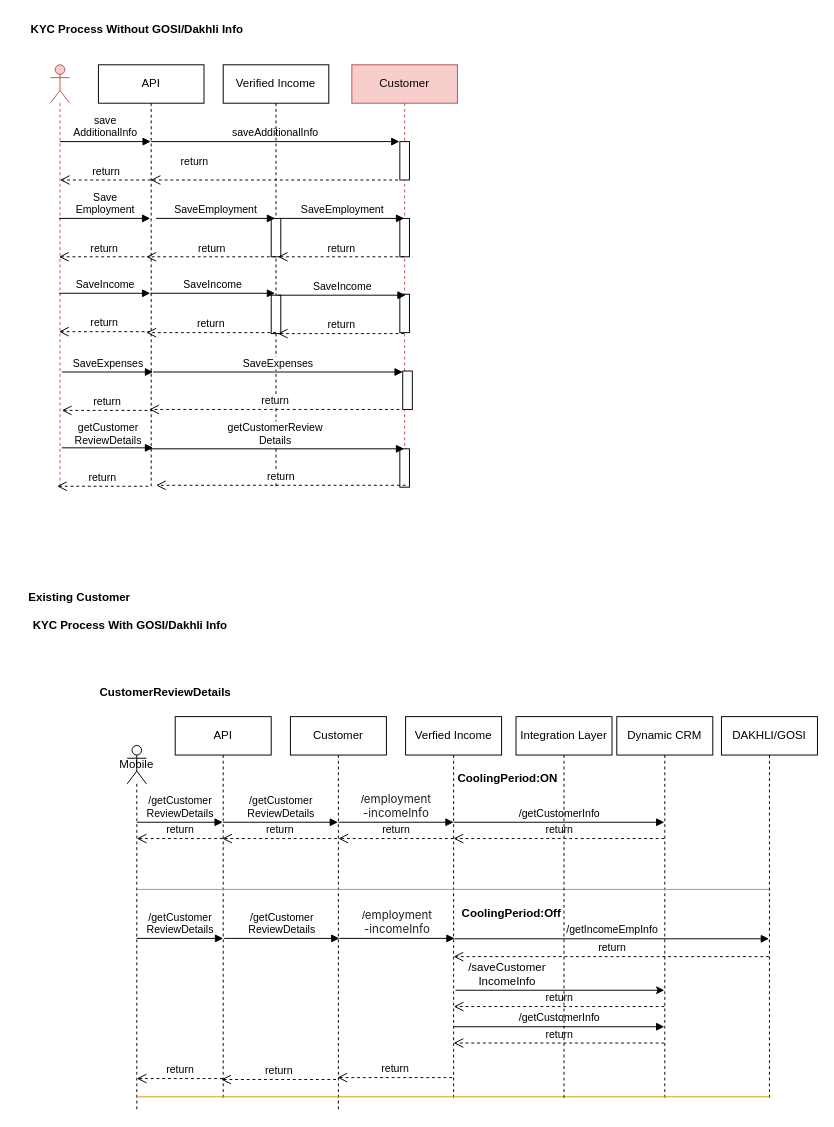
Before: page "KYC-Info with Customer as Master DB" (7 of 12) of Migration-CRM.drawio in MHosnii/Migration, a draw.io diagram. Source tidied: cells renumbered, new cells numbered last; positions are measured from the earlier drawing's top-left corner, leaving out a move shared by most shapes. Both pictures are drawn from the tidied source at 96%, with x=0, y=0 at pixel (16, 16).
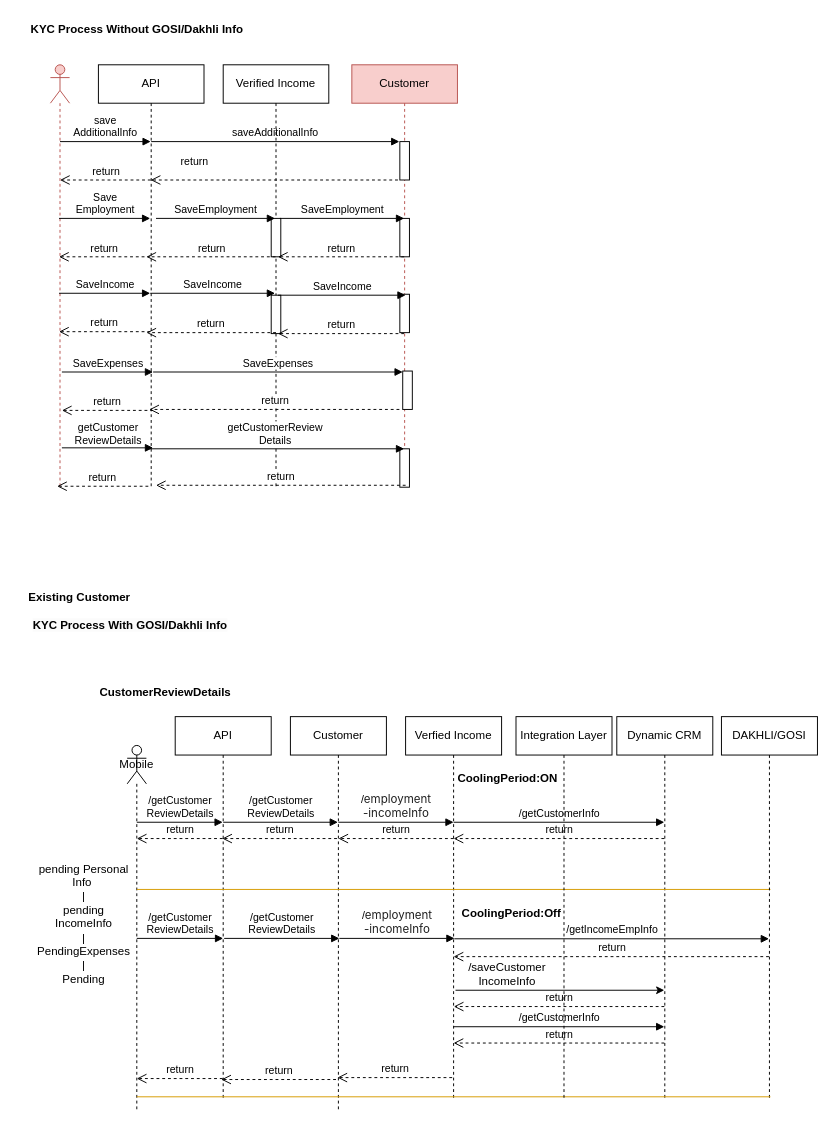
After the change.

The edit, as a diff of the source:
```diff
@@
+    <mxCell id="74" value="pending Personal Info&amp;nbsp;&lt;div&gt;|&lt;/div&gt;&lt;div&gt;pending IncomeInfo&lt;br&gt;&lt;/div&gt;&lt;div&gt;|&lt;/div&gt;&lt;div&gt;PendingExpenses&lt;/div&gt;&lt;div&gt;|&lt;/div&gt;&lt;div&gt;Pending&lt;/div&gt;" style="text;html=1;align=center;verticalAlign=middle;whiteSpace=wrap;rounded=0;" parent="1" vertex="1">
+      <mxGeometry x="25" y="810" width="90" height="270" as="geometry" />
+    </mxCell>
```
